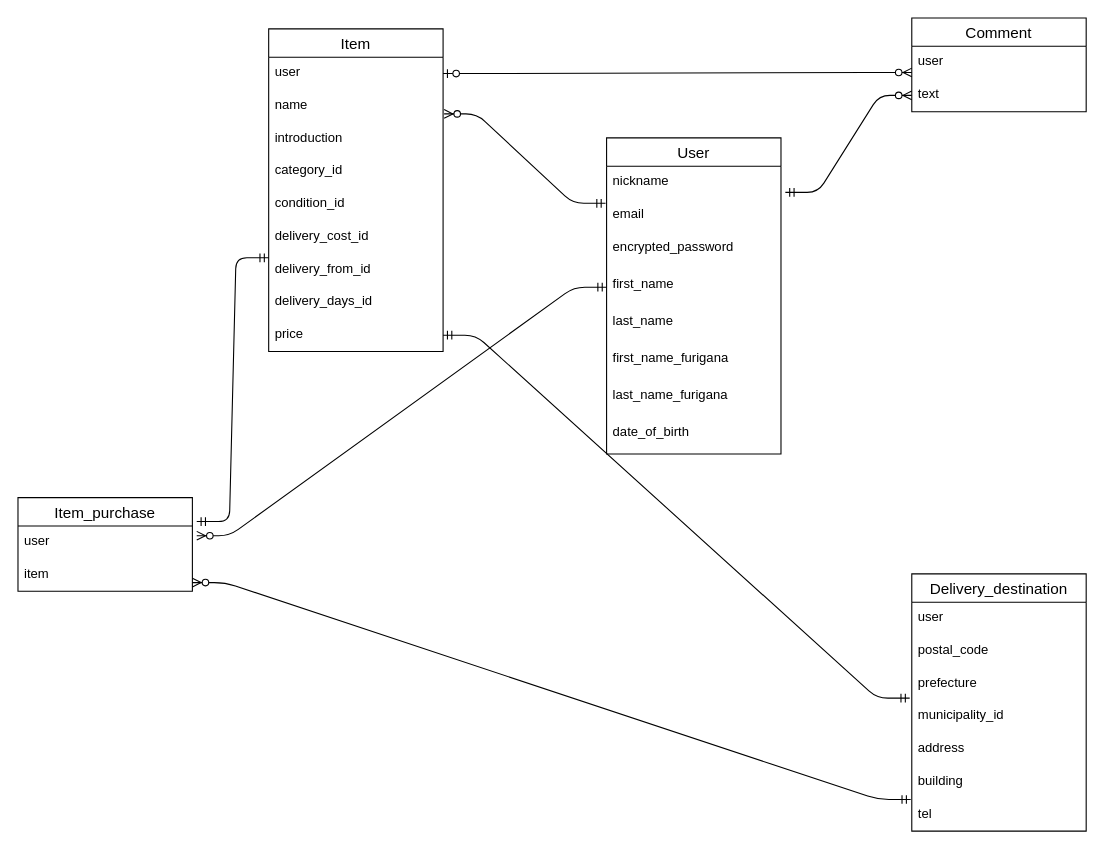
Before: test.dio in sohmama/furima-30978, a draw.io diagram. Source tidied: cells renumbered, new cells numbered last; positions are measured from the earlier drawing's top-left corner, leaving out a move shared by most shapes. Both pictures are drawn from the tidied source at 109%, with x=0, y=0 at pixel (17, 17).
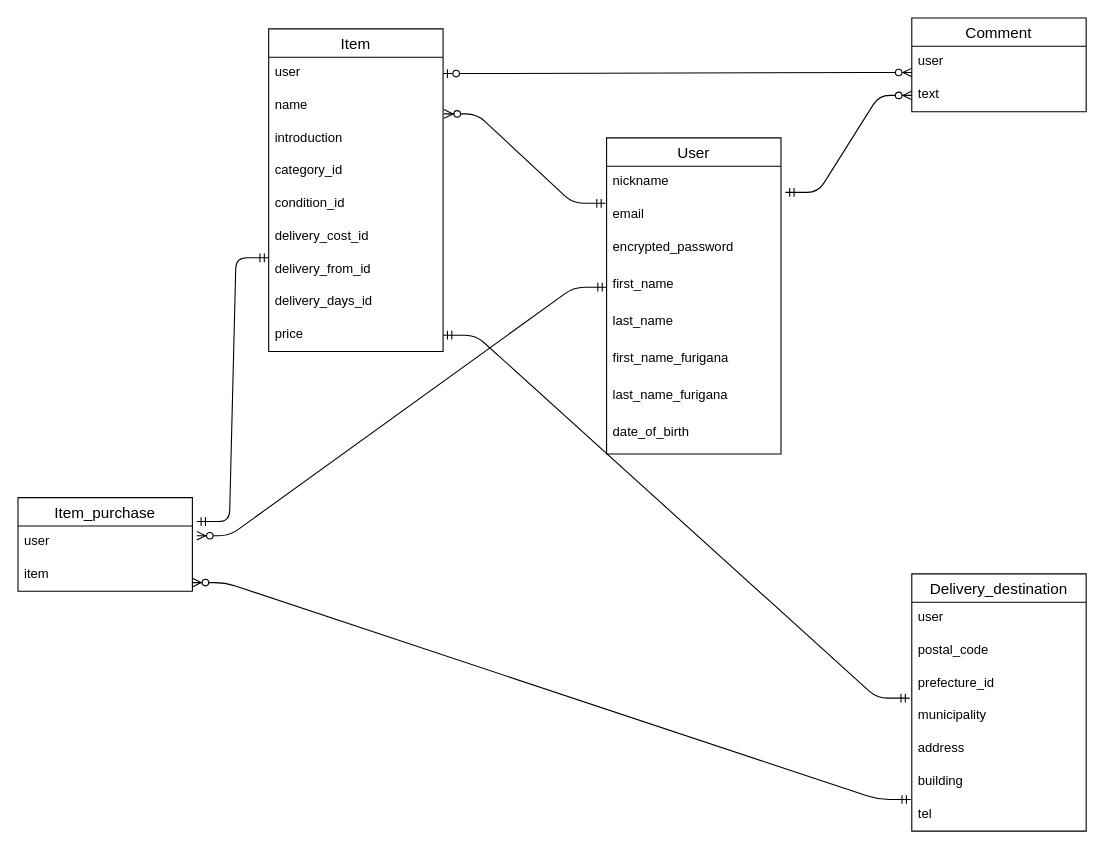
The same diagram, later.

Unchanged cells that the change refers to:
```xml
<mxCell id="21" value="Delivery_destination" style="swimlane;fontStyle=0;horizontal=1;startSize=26;align=center;fontSize=14;rounded=0;sketch=0;" parent="1" vertex="1">
  <mxGeometry x="820" y="510" width="160" height="236" as="geometry" />
</mxCell>
```

What changed in the source:
```diff
@@
-    <mxCell id="24" value="prefecture" style="text;strokeColor=none;fillColor=none;spacingLeft=4;spacingRight=4;overflow=hidden;points=[[0,0.5],[1,0.5]];portConstraint=eastwest;fontSize=12;" parent="21" vertex="1">
+    <mxCell id="24" value="prefecture_id" style="text;strokeColor=none;fillColor=none;spacingLeft=4;spacingRight=4;overflow=hidden;points=[[0,0.5],[1,0.5]];portConstraint=eastwest;fontSize=12;" parent="21" vertex="1">
       <mxGeometry y="86" width="160" height="30" as="geometry" />
     </mxCell>
-    <mxCell id="25" value="municipality_id" style="text;strokeColor=none;fillColor=none;spacingLeft=4;spacingRight=4;overflow=hidden;fontSize=12;" parent="21" vertex="1">
+    <mxCell id="25" value="municipality" style="text;strokeColor=none;fillColor=none;spacingLeft=4;spacingRight=4;overflow=hidden;fontSize=12;" parent="21" vertex="1">
       <mxGeometry y="116" width="160" height="30" as="geometry" />
     </mxCell>
```
